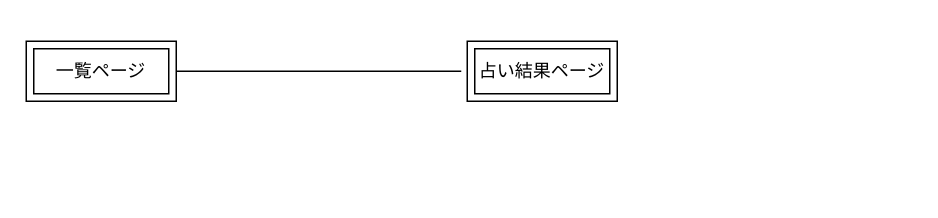
Earlier version of the draw.io diagram ER2.dio (ayanosato03/destinynumbers). Source tidied: cells renumbered, new cells numbered last; positions are measured from the earlier drawing's top-left corner, leaving out a move shared by most shapes. Both pictures are drawn from the tidied source at 150%, with x=0, y=0 at pixel (26, 40).
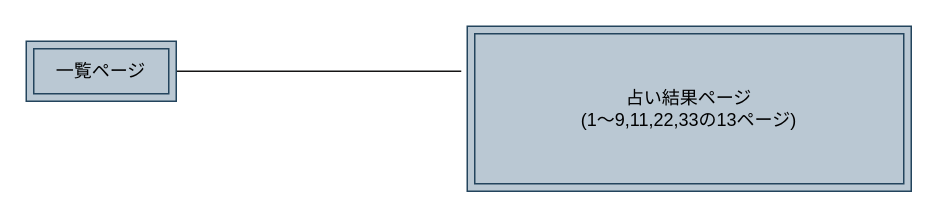
The same diagram, later.

What changed in the source:
```diff
@@
-<mxGraphModel>
+<mxGraphModel background="#ffffff">
   <root>
     <mxCell id="0" />
     <mxCell id="1" parent="0" />
-    <mxCell id="2" style="edgeStyle=none;html=1;exitX=1;exitY=0.5;exitDx=0;exitDy=0;endArrow=none;endFill=0;" parent="1" edge="1" source="3">
+    <mxCell id="2" style="edgeStyle=none;html=1;exitX=1;exitY=0.5;exitDx=0;exitDy=0;endArrow=none;endFill=0;strokeColor=#151414;" parent="1" edge="1" source="3">
       <mxGeometry relative="1" as="geometry">
         <mxPoint x="290" y="20" as="targetPoint" />
       </mxGeometry>
     </mxCell>
-    <mxCell id="3" value="一覧ページ" style="shape=ext;margin=3;double=1;whiteSpace=wrap;html=1;align=center;" parent="1" vertex="1">
+    <mxCell id="3" value="一覧ページ" style="shape=ext;margin=3;double=1;whiteSpace=wrap;html=1;align=center;fillColor=#bac8d3;strokeColor=#23445d;fontColor=#000000;" parent="1" vertex="1">
       <mxGeometry width="100" height="40" as="geometry" />
     </mxCell>
-    <mxCell id="4" value="占い結果ページ" style="shape=ext;margin=3;double=1;whiteSpace=wrap;html=1;align=center;" parent="1" vertex="1">
-      <mxGeometry x="294" width="100" height="40" as="geometry" />
+    <mxCell id="4" value="&lt;font color=&quot;#000000&quot;&gt;占い結果ページ&lt;br&gt;(1～9,11,22,33の13ページ)&lt;/font&gt;" style="shape=ext;margin=3;double=1;whiteSpace=wrap;html=1;align=center;fillColor=#bac8d3;strokeColor=#23445d;" parent="1" vertex="1">
+      <mxGeometry x="294" y="-10" width="296" height="110" as="geometry" />
     </mxCell>
   </root>
 </mxGraphModel>
```
